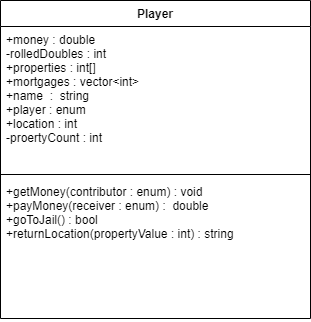
Before: Player_Monopoly_UML.drawio.png, a diagram exported from draw.io (NReedel/Monopoly). Source tidied: cells renumbered, new cells last; positions are measured from the earlier drawing's top-left corner, leaving out a move shared by most shapes.
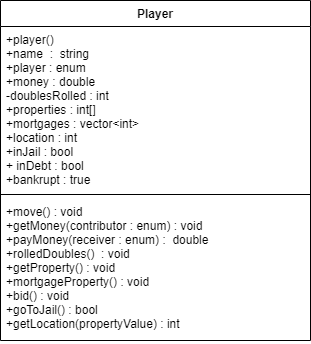
After the commit.

What changed in the source:
```diff
@@ -3,16 +3,16 @@
     <mxCell id="0" style="html=1;" />
     <mxCell id="1" style="html=1;" parent="0" />
     <mxCell id="2" value="Player" style="swimlane;fontStyle=1;align=center;verticalAlign=top;horizontal=1;startSize=26;" parent="1" vertex="1">
-      <mxGeometry width="310" height="318" as="geometry" />
+      <mxGeometry width="310" height="340" as="geometry" />
     </mxCell>
-    <mxCell id="3" value="+money : double&#10;-rolledDoubles : int&#10;+properties : int[]&#10;+mortgages : vector&lt;int&gt;&#10;+name  :  string&#10;+player : enum&#10;+location : int&#10;-proertyCount : int&#10;" style="text;strokeColor=none;fillColor=none;align=left;verticalAlign=top;spacingLeft=4;spacingRight=4;overflow=hidden;" parent="2" vertex="1">
-      <mxGeometry y="26" width="310" height="144" as="geometry" />
+    <mxCell id="3" value="+player()&#10;+name  :  string&#10;+player : enum&#10;+money : double&#10;-doublesRolled : int&#10;+properties : int[]&#10;+mortgages : vector&lt;int&gt;&#10;+location : int&#10;+inJail : bool&#10;+ inDebt : bool&#10;+bankrupt : true&#10;" style="text;strokeColor=none;fillColor=none;align=left;verticalAlign=top;spacingLeft=4;spacingRight=4;overflow=hidden;" parent="2" vertex="1">
+      <mxGeometry y="26" width="310" height="164" as="geometry" />
     </mxCell>
     <mxCell id="4" style="line;strokeWidth=1;fillColor=none;align=left;verticalAlign=middle;spacingTop=-1;spacingLeft=3;spacingRight=3;labelPosition=right;strokeColor=inherit;" parent="2" vertex="1">
-      <mxGeometry y="170" width="310" height="8" as="geometry" />
+      <mxGeometry y="190" width="310" height="8" as="geometry" />
     </mxCell>
-    <mxCell id="5" value="+getMoney(contributor : enum) : void&#10;+payMoney(receiver : enum) :  double&#10;+goToJail() : bool&#10;+returnLocation(propertyValue : int) : string" style="text;strokeColor=none;fillColor=none;align=left;verticalAlign=top;spacingLeft=4;spacingRight=4;overflow=hidden;" parent="2" vertex="1">
-      <mxGeometry y="178" width="310" height="140" as="geometry" />
+    <mxCell id="5" value="+move() : void&#10;+getMoney(contributor : enum) : void&#10;+payMoney(receiver : enum) :  double&#10;+rolledDoubles()  : void&#10;+getProperty() : void&#10;+mortgageProperty() : void &#10;+bid() : void &#10;+goToJail() : bool&#10;+getLocation(propertyValue) : int&#10;" style="text;strokeColor=none;fillColor=none;align=left;verticalAlign=top;spacingLeft=4;spacingRight=4;overflow=hidden;" parent="2" vertex="1">
+      <mxGeometry y="198" width="310" height="142" as="geometry" />
     </mxCell>
   </root>
 </mxGraphModel>
```
